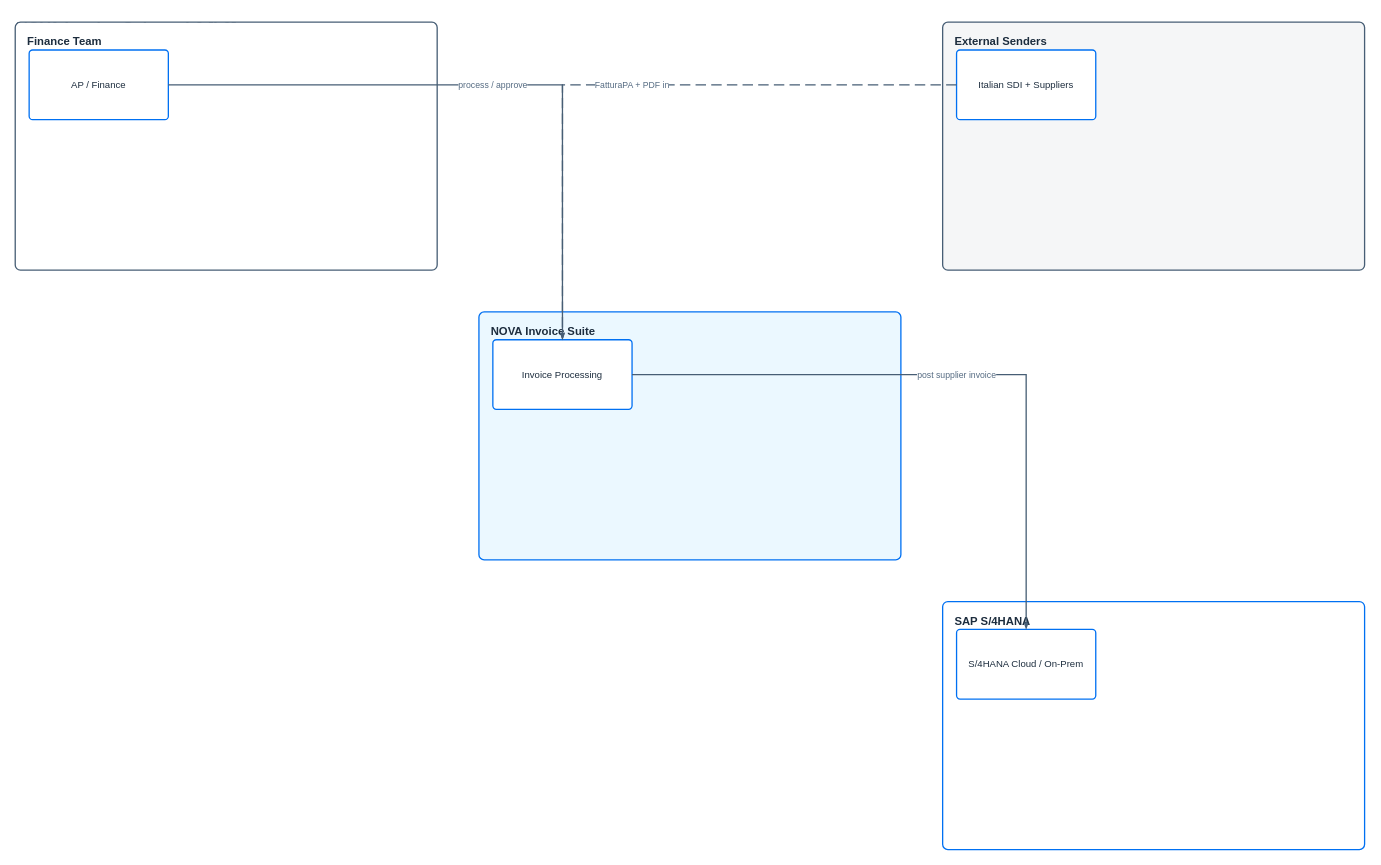
This is demo/nova/nova-L0.drawio from Raistlin82/sap-diagrams-pro, a draw.io file, before an edit. Source tidied: cells renumbered, new cells numbered last; positions are measured from the earlier drawing's top-left corner, leaving out a move shared by most shapes. Both pictures are drawn from the tidied source at 87%, with x=0, y=0 at pixel (15, 15).
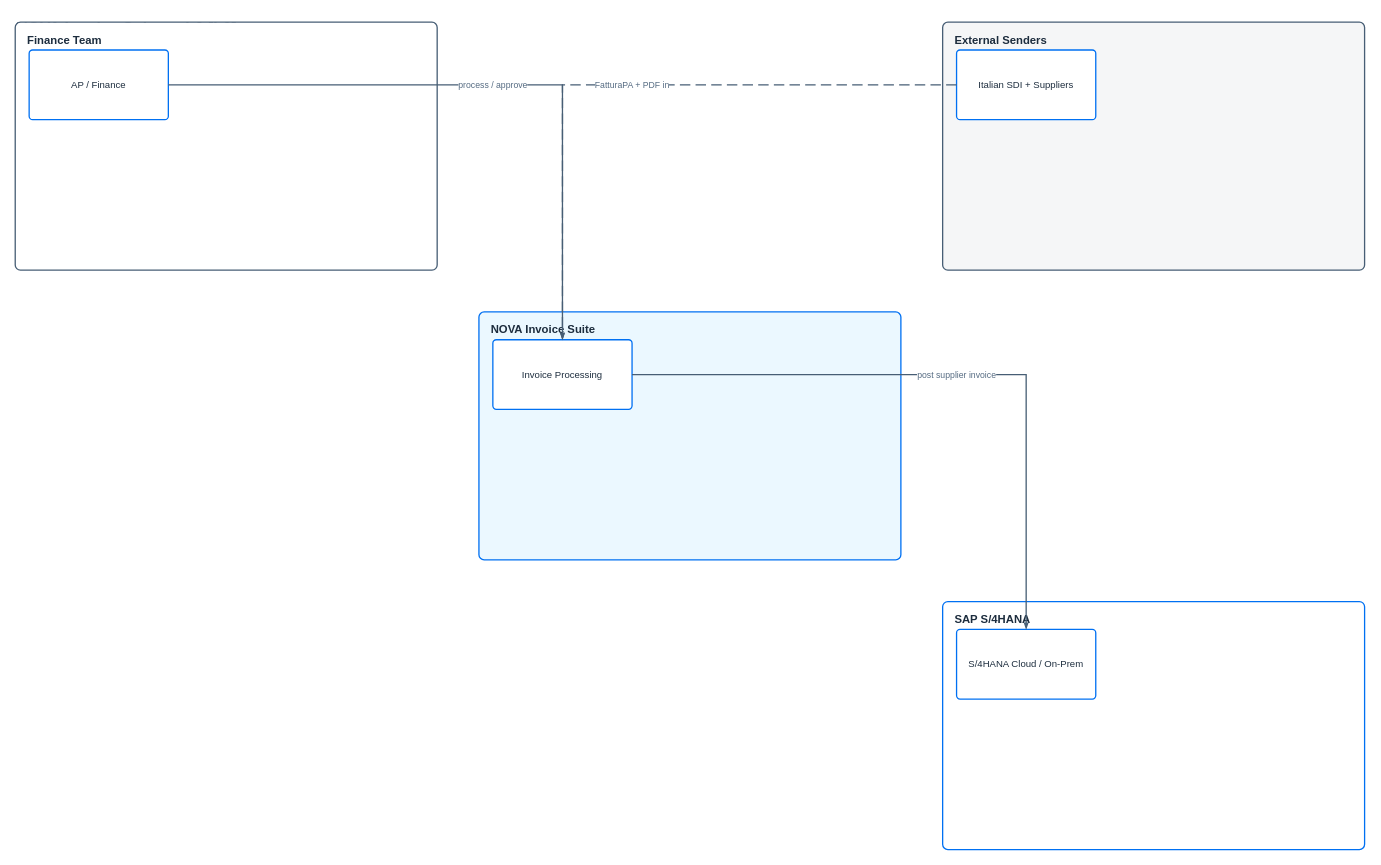
After the change.

The edit, as a diff of the source:
```diff
@@
 <mxGraphModel>
   <root>
     <mxCell id="0" />
     <mxCell id="1" parent="0" />
     <mxCell id="2" value="NOVA Invoice Suite — L0 [L0]" style="text;html=1;align=left;verticalAlign=middle;fontColor=#1D2D3E;fontSize=18;fontStyle=1;" parent="1" vertex="1">
       <mxGeometry width="800" height="32" as="geometry" />
     </mxCell>
-    <mxCell id="3" value="Finance Team" style="rounded=1;whiteSpace=wrap;html=1;strokeColor=#475E75;fillColor=#FFFFFF;arcSize=12;absoluteArcSize=1;strokeWidth=1.5;verticalAlign=top;align=left;fontColor=#1D2D3E;fontStyle=1;fontSize=13;spacingLeft=12;spacingTop=8;" parent="1" vertex="1">
+    <mxCell id="3" value="Finance Team" style="rounded=1;whiteSpace=wrap;html=1;strokeColor=#475E75;fillColor=#FFFFFF;arcSize=12;absoluteArcSize=1;strokeWidth=1.5;verticalAlign=top;align=left;fontColor=#1D2D3E;fontStyle=1;fontSize=13;spacingLeft=12;spacingTop=6;" parent="1" vertex="1">
       <mxGeometry y="8" width="485" height="285" as="geometry" />
     </mxCell>
-    <mxCell id="4" value="External Senders" style="rounded=1;whiteSpace=wrap;html=1;strokeColor=#475E75;fillColor=#F5F6F7;arcSize=12;absoluteArcSize=1;strokeWidth=1.5;verticalAlign=top;align=left;fontColor=#1D2D3E;fontStyle=1;fontSize=13;spacingLeft=12;spacingTop=8;" parent="1" vertex="1">
+    <mxCell id="4" value="External Senders" style="rounded=1;whiteSpace=wrap;html=1;strokeColor=#475E75;fillColor=#F5F6F7;arcSize=12;absoluteArcSize=1;strokeWidth=1.5;verticalAlign=top;align=left;fontColor=#1D2D3E;fontStyle=1;fontSize=13;spacingLeft=12;spacingTop=6;" parent="1" vertex="1">
       <mxGeometry x="1066" y="8" width="485" height="285" as="geometry" />
     </mxCell>
-    <mxCell id="5" value="NOVA Invoice Suite" style="rounded=1;whiteSpace=wrap;html=1;strokeColor=#0070F2;fillColor=#EBF8FF;arcSize=12;absoluteArcSize=1;strokeWidth=1.5;verticalAlign=top;align=left;fontColor=#1D2D3E;fontStyle=1;fontSize=13;spacingLeft=12;spacingTop=8;" parent="1" vertex="1">
+    <mxCell id="5" value="NOVA Invoice Suite" style="rounded=1;whiteSpace=wrap;html=1;strokeColor=#0070F2;fillColor=#EBF8FF;arcSize=12;absoluteArcSize=1;strokeWidth=1.5;verticalAlign=top;align=left;fontColor=#1D2D3E;fontStyle=1;fontSize=13;spacingLeft=12;spacingTop=6;" parent="1" vertex="1">
       <mxGeometry x="533" y="341" width="485" height="285" as="geometry" />
     </mxCell>
-    <mxCell id="6" value="SAP S/4HANA" style="rounded=1;whiteSpace=wrap;html=1;strokeColor=#0070F2;fillColor=#FFFFFF;arcSize=12;absoluteArcSize=1;strokeWidth=1.5;verticalAlign=top;align=left;fontColor=#1D2D3E;fontStyle=1;fontSize=13;spacingLeft=12;spacingTop=8;" parent="1" vertex="1">
+    <mxCell id="6" value="SAP S/4HANA" style="rounded=1;whiteSpace=wrap;html=1;strokeColor=#0070F2;fillColor=#FFFFFF;arcSize=12;absoluteArcSize=1;strokeWidth=1.5;verticalAlign=top;align=left;fontColor=#1D2D3E;fontStyle=1;fontSize=13;spacingLeft=12;spacingTop=6;" parent="1" vertex="1">
       <mxGeometry x="1066" y="674" width="485" height="285" as="geometry" />
     </mxCell>
     <mxCell id="7" value="AP / Finance" style="rounded=1;whiteSpace=wrap;html=1;strokeColor=#0070F2;fillColor=#FFFFFF;arcSize=8;absoluteArcSize=1;strokeWidth=1.5;fontColor=#1D2D3E;fontSize=11;align=center;verticalAlign=middle;" parent="1" vertex="1">
       <mxGeometry x="16" y="40" width="160" height="80" as="geometry" />
     </mxCell>
     <mxCell id="8" value="Italian SDI + Suppliers" style="rounded=1;whiteSpace=wrap;html=1;strokeColor=#0070F2;fillColor=#FFFFFF;arcSize=8;absoluteArcSize=1;strokeWidth=1.5;fontColor=#1D2D3E;fontSize=11;align=center;verticalAlign=middle;" parent="1" vertex="1">
       <mxGeometry x="1082" y="40" width="160" height="80" as="geometry" />
     </mxCell>
     <mxCell id="9" value="Invoice Processing" style="rounded=1;whiteSpace=wrap;html=1;strokeColor=#0070F2;fillColor=#FFFFFF;arcSize=8;absoluteArcSize=1;strokeWidth=1.5;fontColor=#1D2D3E;fontSize=11;align=center;verticalAlign=middle;" parent="1" vertex="1">
       <mxGeometry x="549" y="373" width="160" height="80" as="geometry" />
     </mxCell>
     <mxCell id="10" value="S/4HANA Cloud / On-Prem" style="rounded=1;whiteSpace=wrap;html=1;strokeColor=#0070F2;fillColor=#FFFFFF;arcSize=8;absoluteArcSize=1;strokeWidth=1.5;fontColor=#1D2D3E;fontSize=11;align=center;verticalAlign=middle;" parent="1" vertex="1">
       <mxGeometry x="1082" y="706" width="160" height="80" as="geometry" />
     </mxCell>
     <mxCell id="11" value="FatturaPA + PDF in" style="edgeStyle=orthogonalEdgeStyle;rounded=0;jettySize=auto;html=1;endArrow=blockThin;endFill=1;endSize=4;startSize=4;strokeColor=#475E75;strokeWidth=1.5;dashed=1;dashPattern=8 4;fontSize=10;fontColor=#556B82;labelBackgroundColor=#FFFFFF;" parent="1" edge="1" source="8" target="9">
       <mxGeometry relative="1" as="geometry" />
     </mxCell>
     <mxCell id="12" value="process / approve" style="edgeStyle=orthogonalEdgeStyle;rounded=0;jettySize=auto;html=1;endArrow=blockThin;endFill=1;endSize=4;startSize=4;strokeColor=#475E75;strokeWidth=1.5;dashed=0;fontSize=10;fontColor=#556B82;labelBackgroundColor=#FFFFFF;" parent="1" edge="1" source="7" target="9">
       <mxGeometry relative="1" as="geometry" />
     </mxCell>
     <mxCell id="13" value="post supplier invoice" style="edgeStyle=orthogonalEdgeStyle;rounded=0;jettySize=auto;html=1;endArrow=blockThin;endFill=1;endSize=4;startSize=4;strokeColor=#475E75;strokeWidth=1.5;dashed=0;fontSize=10;fontColor=#556B82;labelBackgroundColor=#FFFFFF;" parent="1" edge="1" source="9" target="10">
       <mxGeometry relative="1" as="geometry" />
     </mxCell>
   </root>
 </mxGraphModel>
```
